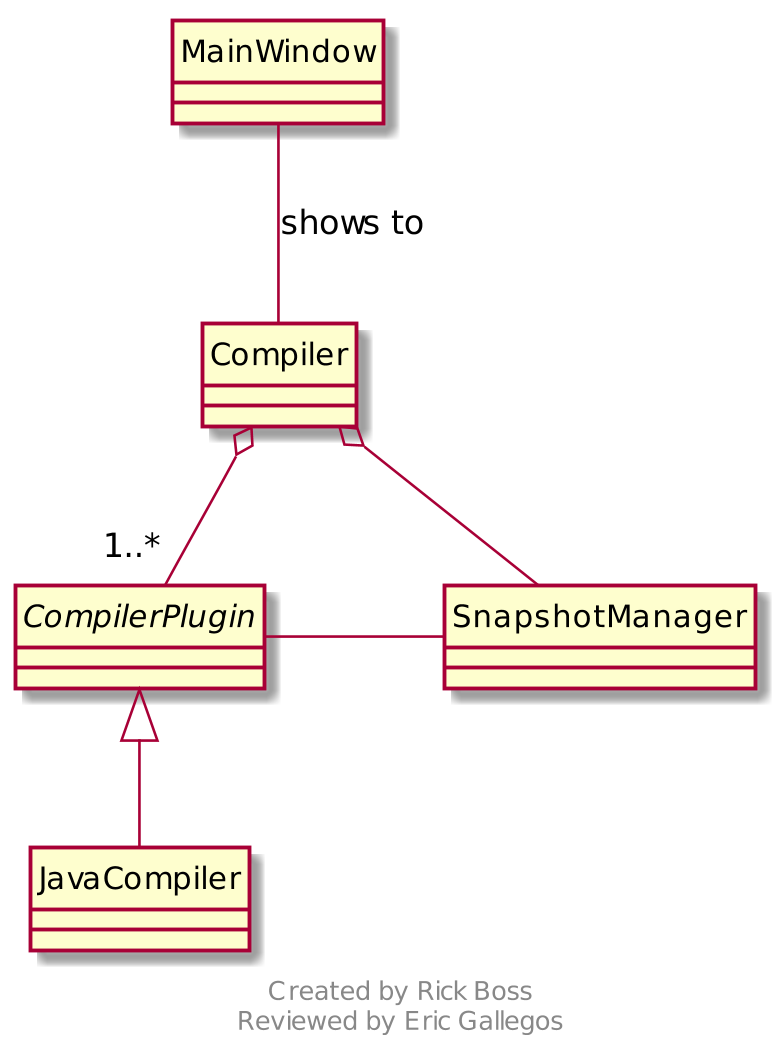
Before: Deliverables/Master Requirements Specification/diagrams/class-compiler.png, a diagram exported from PlantUML (uidaho/cs383). Source of this version:
```plantuml
@startuml

scale 800 width
hide circles

footer
Created by Rick Boss
Reviewed by Eric Gallegos
endfooter

class MainWindow
interface CompilerPlugin
class JavaCompiler
class Compiler
class SnapshotManager

MainWindow -d- Compiler : shows to
JavaCompiler -u-|> CompilerPlugin
Compiler o--"1..*" CompilerPlugin
Compiler o-- SnapshotManager
SnapshotManager -l- CompilerPlugin
@enduml
```
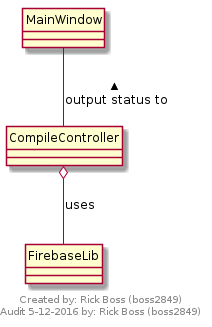
The same file after the commit.

Change to the diagram source:
```diff
@@ -1,22 +1,18 @@
 @startuml
 
-scale 800 width
+scale max 700 width
 hide circles
 
 footer
-Created by Rick Boss
-Reviewed by Eric Gallegos
+Created by: Rick Boss (boss2849)
+Audit 5-12-2016 by: Rick Boss (boss2849)
 endfooter
 
 class MainWindow
-interface CompilerPlugin
-class JavaCompiler
-class Compiler
-class SnapshotManager
+class CompileController
+class FirebaseLib
 
-MainWindow -d- Compiler : shows to
-JavaCompiler -u-|> CompilerPlugin
-Compiler o--"1..*" CompilerPlugin
-Compiler o-- SnapshotManager
-SnapshotManager -l- CompilerPlugin
+MainWindow -d- CompileController : output status to <
+CompileController o-- FirebaseLib : uses
+
 @enduml
```
